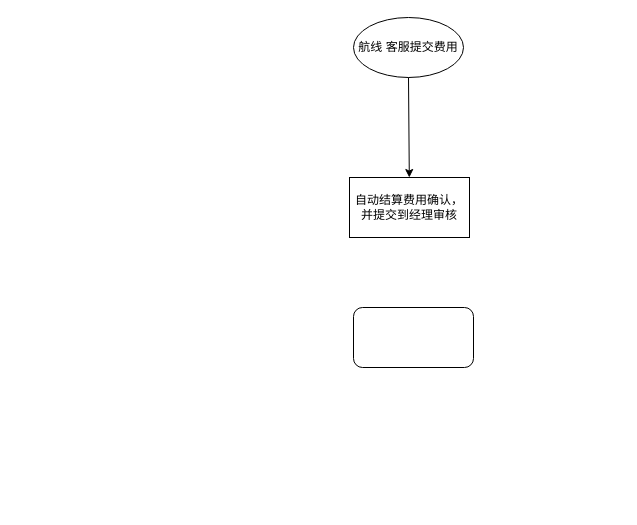
This is 未命名绘图.drawio from DiggingSteve/Flow, a draw.io file, before an edit. Source tidied: cells renumbered, new cells numbered last; positions are measured from the earlier drawing's top-left corner, leaving out a move shared by most shapes. Both pictures are drawn from the tidied source at 100%, with x=0, y=0 at pixel (349, 17).
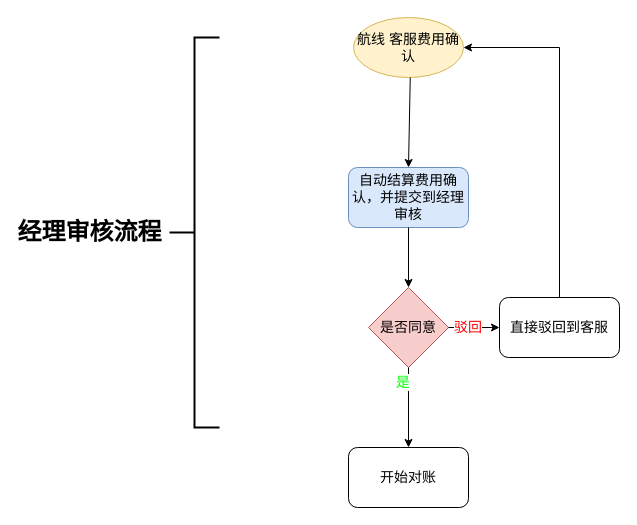
After the change.

Commit message:
更新未命名绘图.drawio

Diff of the diagram source:
```diff
@@
 <mxGraphModel>
   <root>
     <mxCell id="0" />
     <mxCell id="1" parent="0" />
-    <mxCell id="2" value="航线 客服提交费用" style="ellipse;whiteSpace=wrap;html=1;" parent="1" vertex="1">
+    <mxCell id="2" value="航线 客服费用确认" style="ellipse;whiteSpace=wrap;html=1;fillColor=#fff2cc;strokeColor=#d6b656;fontSize=14;" parent="1" vertex="1">
       <mxGeometry x="4" width="110" height="60" as="geometry" />
     </mxCell>
-    <mxCell id="3" style="endArrow=classic;html=1;" parent="1" edge="1" source="2" target="4">
+    <mxCell id="3" style="endArrow=classic;html=1;fontSize=14;" parent="1" edge="1" source="2" target="4">
       <mxGeometry relative="1" as="geometry" />
     </mxCell>
+    <mxCell id="5" value="开始对账" style="rounded=1;whiteSpace=wrap;html=1;fontSize=14;" parent="1" vertex="1">
+      <mxGeometry x="-1" y="430" width="120" height="60" as="geometry" />
+    </mxCell>
-    <mxCell id="4" value="自动结算费用确认，并提交到经理审核" style="rounded=0;whiteSpace=wrap;html=1;" parent="1" vertex="1">
-      <mxGeometry y="160" width="120" height="60" as="geometry" />
+    <mxCell id="4" value="&lt;span style=&quot;font-size: 14px;&quot;&gt;自动结算费用确认，并提交到经理审核&lt;/span&gt;" style="rounded=1;whiteSpace=wrap;html=1;fillColor=#dae8fc;strokeColor=#6c8ebf;fontSize=14;" parent="1" vertex="1">
+      <mxGeometry x="-1" y="150" width="120" height="60" as="geometry" />
     </mxCell>
-    <mxCell id="5" style="rounded=1;whiteSpace=wrap;html=1;" parent="1" vertex="1">
-      <mxGeometry x="4" y="290" width="120" height="60" as="geometry" />
-    </mxCell>
+    <mxCell id="6" value="是否同意" style="rhombus;whiteSpace=wrap;html=1;fillColor=#f8cecc;strokeColor=#b85450;fontSize=14;" parent="1" vertex="1">
+      <mxGeometry x="19" y="270" width="80" height="80" as="geometry" />
+    </mxCell>
+    <mxCell id="7" style="endArrow=classic;html=1;exitX=0.5;exitY=1;exitDx=0;exitDy=0;entryX=0.5;entryY=0;entryDx=0;entryDy=0;fontSize=14;" parent="1" edge="1" source="6" target="5">
+      <mxGeometry relative="1" as="geometry" />
+    </mxCell>
+    <mxCell id="8" value="是" style="text;html=1;strokeColor=none;fillColor=none;align=center;verticalAlign=middle;whiteSpace=wrap;rounded=0;labelBackgroundColor=#ffffff;fontSize=14;fontColor=#00FF00;" parent="1" vertex="1">
+      <mxGeometry x="4" y="330" width="100" height="70" as="geometry" />
+    </mxCell>
+    <mxCell id="9" style="endArrow=classic;html=1;fontSize=14;fontColor=#00FF00;entryX=0.5;entryY=0;entryDx=0;entryDy=0;" parent="1" edge="1" source="4" target="6">
+      <mxGeometry relative="1" as="geometry" />
+    </mxCell>
+    <mxCell id="10" style="edgeStyle=orthogonalEdgeStyle;rounded=0;jettySize=auto;html=1;fontSize=14;fontColor=#FF0000;entryX=1;entryY=0.5;entryDx=0;entryDy=0;" parent="1" edge="1" source="11" target="2">
+      <mxGeometry relative="1" as="geometry">
+        <Array as="points">
+          <mxPoint x="210" y="30" />
+        </Array>
+      </mxGeometry>
+    </mxCell>
+    <mxCell id="11" value="&lt;font color=&quot;#000000&quot;&gt;直接驳回到客服&lt;/font&gt;" style="rounded=1;whiteSpace=wrap;html=1;labelBackgroundColor=#ffffff;fontSize=14;fontColor=#00FF00;" parent="1" vertex="1">
+      <mxGeometry x="150" y="280" width="120" height="60" as="geometry" />
+    </mxCell>
+    <mxCell id="12" style="endArrow=classic;html=1;fontSize=14;fontColor=#00FF00;exitX=1;exitY=0.5;exitDx=0;exitDy=0;" parent="1" edge="1" source="6" target="11">
+      <mxGeometry relative="1" as="geometry" />
+    </mxCell>
+    <mxCell id="13" value="驳回" style="text;html=1;strokeColor=none;fillColor=none;align=center;verticalAlign=middle;whiteSpace=wrap;rounded=0;labelBackgroundColor=#ffffff;fontSize=14;fontColor=#FF0000;" parent="1" vertex="1">
+      <mxGeometry x="99" y="300" width="40" height="20" as="geometry" />
+    </mxCell>
+    <mxCell id="14" style="strokeWidth=2;html=1;shape=mxgraph.flowchart.annotation_2;align=left;labelPosition=right;labelBackgroundColor=#ffffff;fontSize=14;fontColor=#FF0000;" parent="1" vertex="1">
+      <mxGeometry x="-180" y="20" width="50" height="390" as="geometry" />
+    </mxCell>
+    <mxCell id="15" value="经理审核流程" style="text;strokeColor=none;fillColor=none;html=1;fontSize=24;fontStyle=1;verticalAlign=middle;align=center;labelBackgroundColor=#ffffff;" parent="1" vertex="1">
+      <mxGeometry x="-310" y="195" width="100" height="40" as="geometry" />
+    </mxCell>
   </root>
 </mxGraphModel>
```
